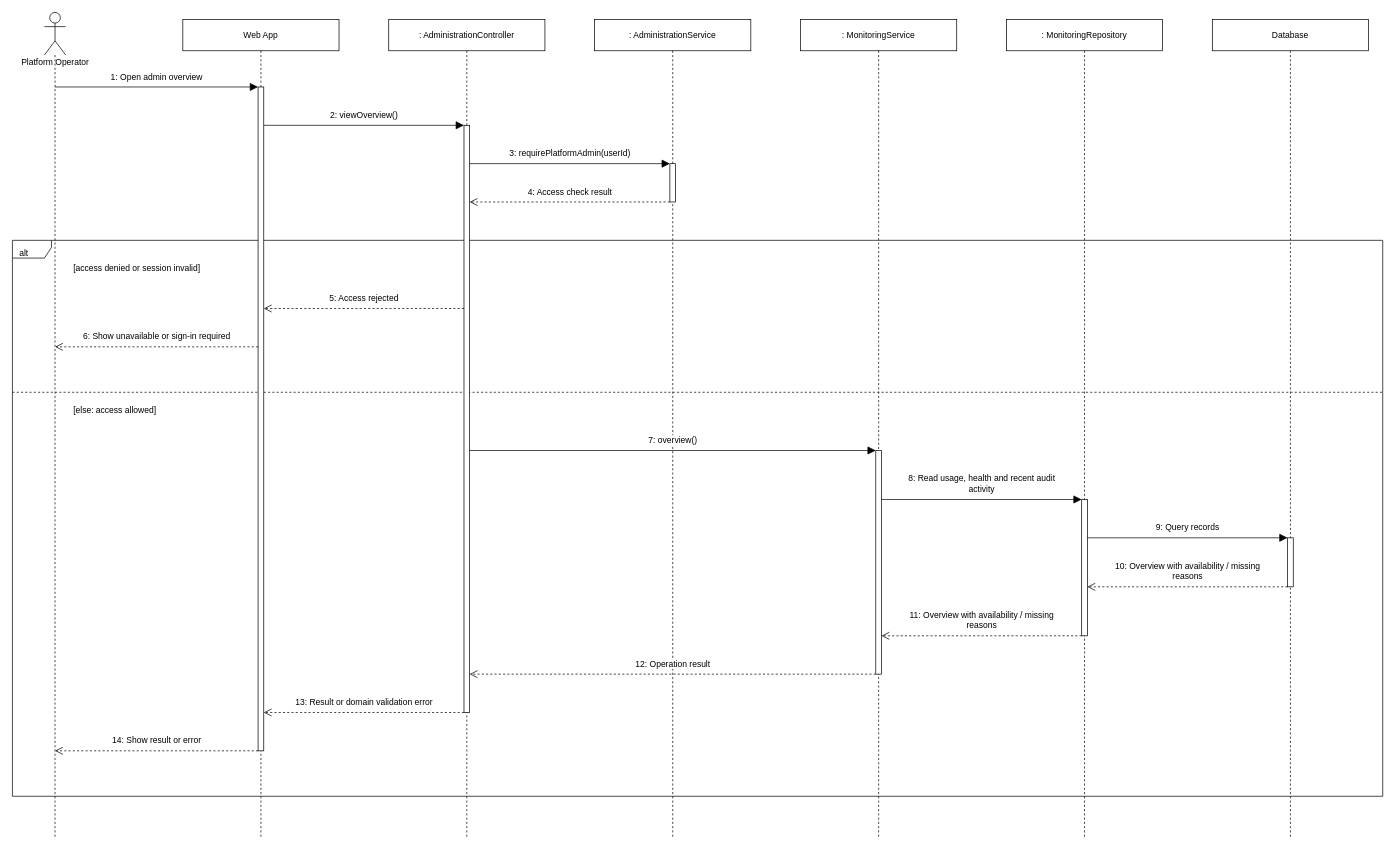
The draw.io diagram page "View Admin Overview" (5 of 10) of diagrams/08-sequence/v2/08-administration-monitoring/Sequence-Diagrams-Administration-Monitoring.drawio in openai-scientist/docs, before the edit. Source tidied: cells renumbered, new cells numbered last; positions are measured from the earlier drawing's top-left corner, leaving out a move shared by most shapes. Both pictures are drawn from the tidied source at 71%, with x=0, y=0 at pixel (12, 12).
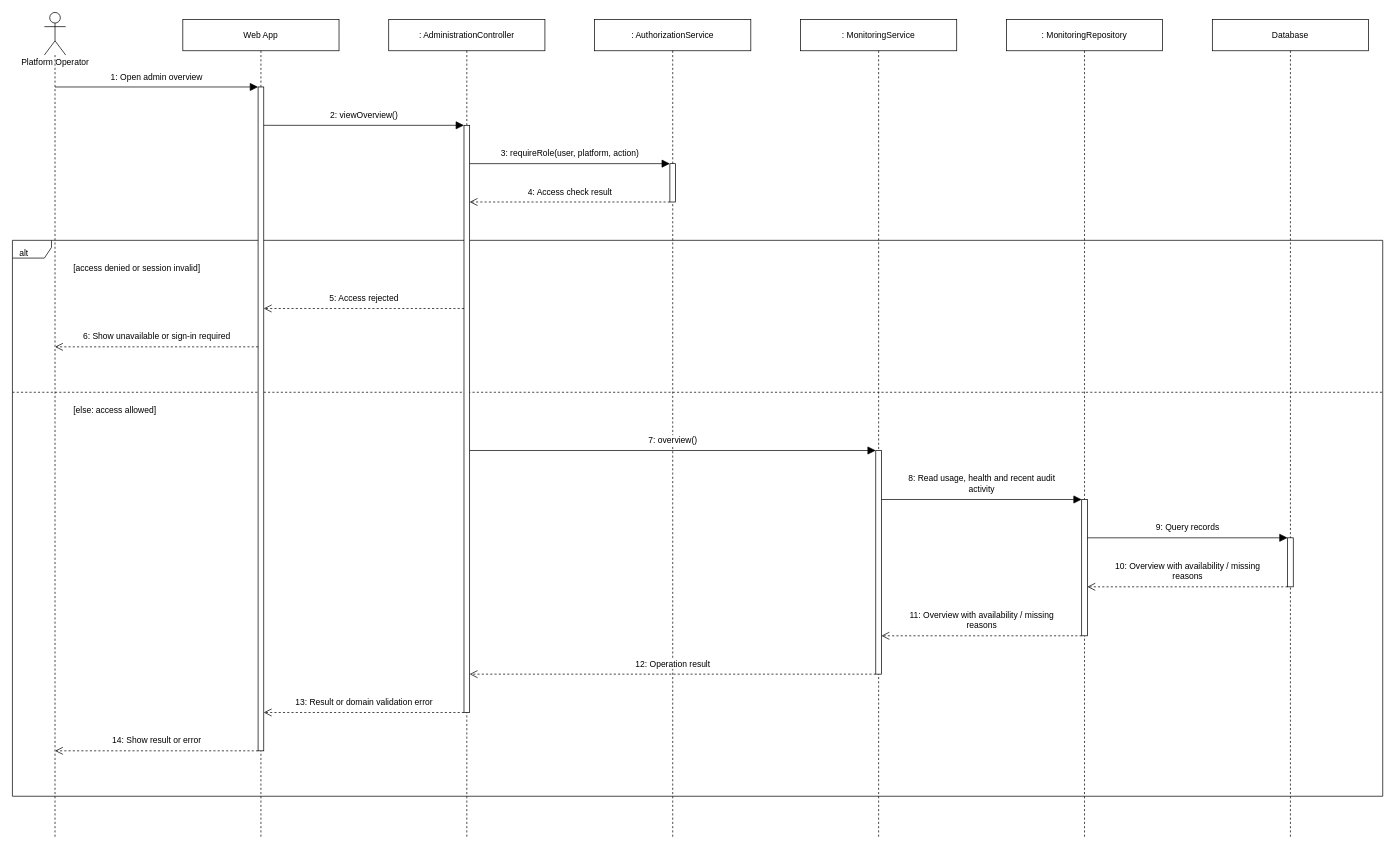
The same page after the edit.

The change refers to these unchanged cells:
```xml
<mxCell id="14" style="html=1;fontFamily=Arial;fontSize=12;fontColor=#000000;strokeColor=#000000;strokeWidth=1;fillColor=#FFFFFF;" parent="8" vertex="1">
  <mxGeometry x="106" y="149" width="8" height="827" as="geometry" />
</mxCell>
<mxCell id="15" style="html=1;fontFamily=Arial;fontSize=12;fontColor=#000000;strokeColor=#000000;strokeWidth=1;fillColor=#FFFFFF;" parent="9" vertex="1">
  <mxGeometry x="106" y="203" width="8" height="54" as="geometry" />
</mxCell>
```

What changed in the source:
```diff
@@
-    <mxCell id="9" value=": AdministrationService" style="html=1;fontFamily=Arial;fontSize=12;fontColor=#000000;strokeColor=#000000;strokeWidth=1;fillColor=#FFFFFF;shape=umlLifeline;size=44;perimeter=lifelinePerimeter;whiteSpace=wrap;" parent="1" vertex="1">
+    <mxCell id="9" value=": AuthorizationService" style="html=1;fontFamily=Arial;fontSize=12;fontColor=#000000;strokeColor=#000000;strokeWidth=1;fillColor=#FFFFFF;shape=umlLifeline;size=44;perimeter=lifelinePerimeter;whiteSpace=wrap;" parent="1" vertex="1">
       <mxGeometry x="820" y="10" width="220" height="1152" as="geometry" />
     </mxCell>
@@
-    <mxCell id="21" value="3: requirePlatformAdmin(userId)" style="html=1;fontFamily=Arial;fontSize=12;fontColor=#000000;strokeColor=#000000;strokeWidth=1;fillColor=#FFFFFF;edgeStyle=none;rounded=0;endSize=9;endArrow=block;endFill=1;labelBackgroundColor=#FFFFFF;verticalAlign=bottom;spacingBottom=5;exitX=1;exitY=0.06529625151148731;entryX=0;entryY=0.0;exitPerimeter=0;entryPerimeter=0;" parent="1" edge="1" source="14" target="15">
+    <mxCell id="21" value="3: requireRole(user, platform, action)" style="html=1;fontFamily=Arial;fontSize=12;fontColor=#000000;strokeColor=#000000;strokeWidth=1;fillColor=#FFFFFF;edgeStyle=none;rounded=0;endSize=9;endArrow=block;endFill=1;labelBackgroundColor=#FFFFFF;verticalAlign=bottom;spacingBottom=5;exitX=1;exitY=0.06529625151148731;entryX=0;entryY=0.0;exitPerimeter=0;entryPerimeter=0;" parent="1" edge="1" source="14" target="15">
       <mxGeometry relative="1" as="geometry" />
     </mxCell>
```
